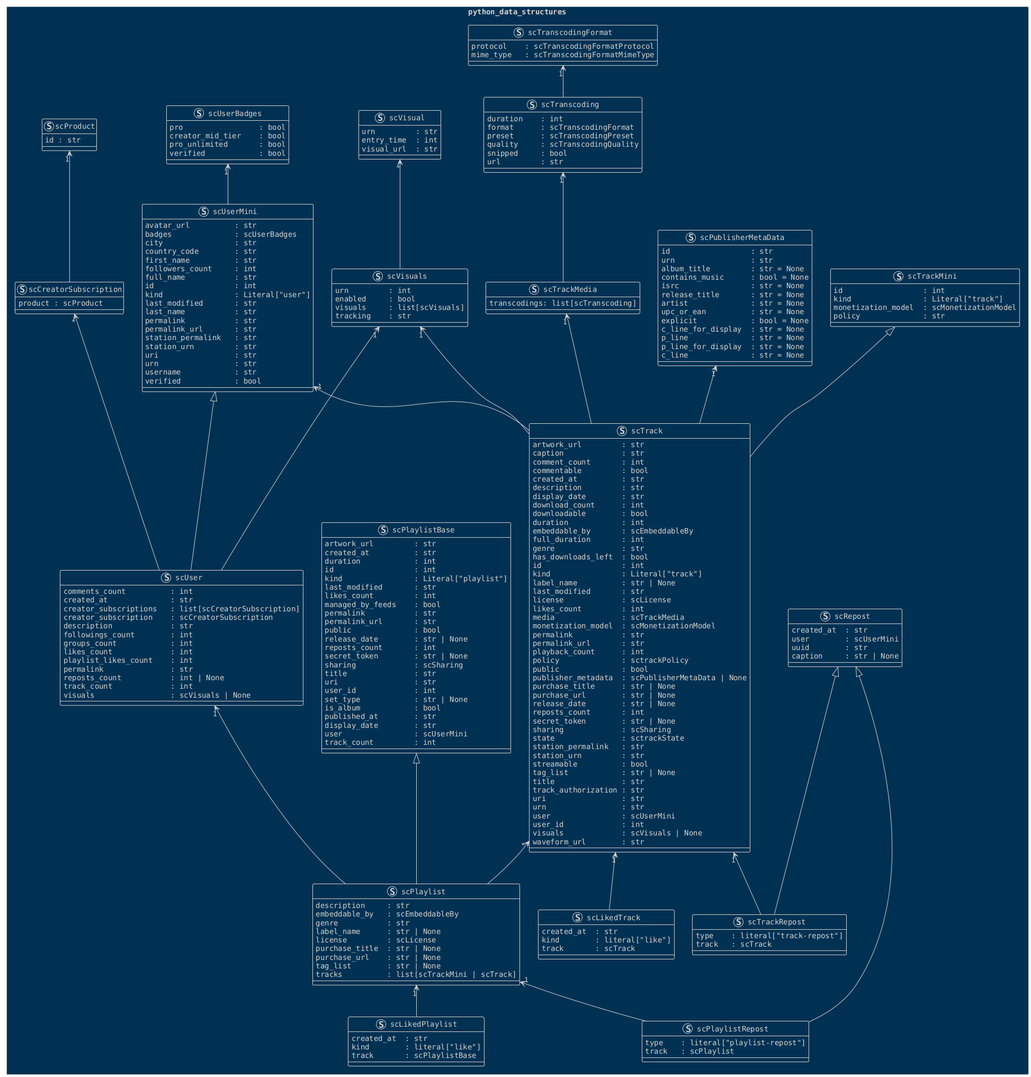
SStruye/soundcloud.py keeps this PlantUML diagram as docs/img/dataDiagram.png. Above is the earlier version. The source it was exported from:
```plantuml
@startuml
!theme blueprint
skinparam backgroundColor transparent
skinparam defaultFontName courier
package python_data_structures <<Rectangle>>{
    struct scUserBadges{
        pro                 : bool
        creator_mid_tier    : bool
        pro_unlimited       : bool
        verified            : bool
    }
    struct scProduct{
        id : str
    }
    struct scCreatorSubscription{
        product : scProduct
    }
    struct scVisual{
        urn         : str
        entry_time  : int
        visual_url  : str
    }
    struct scVisuals{
        urn         : int
        enabled     : bool
        visuals     : list[scVisuals]
        tracking    : str
    }
    struct scUserMini{
        avatar_url          : str
        badges              : scUserBadges
        city                : str
        country_code        : str
        first_name          : str
        followers_count     : int
        full_name           : str
        id                  : int
        kind                : Literal["user"]
        last_modified       : str
        last_name           : str
        permalink           : str
        permalink_url       : str
        station_permalink   : str
        station_urn         : str
        uri                 : str
        urn                 : str
        username            : str
        verified            : bool
    }
    struct scUser{
        comments_count          : int
        created_at              : str
        creator_subscriptions   : list[scCreatorSubscription]
        creator_subscription    : scCreatorSubscription
        description             : str
        followings_count        : int
        groups_count            : int
        likes_count             : int
        playlist_likes_count    : int
        permalink               : str
        reposts_count           : int | None
        track_count             : int
        visuals                 : scVisuals | None
    }
    struct scTranscodingFormat{
        protocol    : scTranscodingFormatProtocol
        mime_type   : scTranscodingFormatMimeType
    }
    struct scTranscoding{
        duration    : int
        format      : scTranscodingFormat
        preset      : scTranscodingPreset
        quality     : scTranscodingQuality
        snipped     : bool
        url         : str
    }
    struct scTrackMedia{
        transcodings: list[scTranscoding]
    }
    struct scPublisherMetaData{
        id                  : str
        urn                 : str
        album_title         : str = None
        contains_music      : bool = None
        isrc                : str = None
        release_title       : str = None
        artist              : str = None
        upc_or_ean          : str = None
        explicit            : bool = None
        c_line_for_display  : str = None
        p_line              : str = None
        p_line_for_display  : str = None
        c_line              : str = None
    }
    struct scTrackMini{
        id                  : int
        kind                : Literal["track"]
        monetization_model  : scMonetizationModel
        policy              : str
    }
    struct scTrack{
        artwork_url         : str
        caption             : str
        comment_count       : int
        commentable         : bool
        created_at          : str
        description         : str
        display_date        : str
        download_count      : int
        downloadable        : bool
        duration            : int
        embeddable_by       : scEmbeddableBy
        full_duration       : int
        genre               : str
        has_downloads_left  : bool
        id                  : int
        kind                : Literal["track"]
        label_name          : str | None
        last_modified       : str
        license             : scLicense
        likes_count         : int
        media               : scTrackMedia
        monetization_model  : scMonetizationModel
        permalink           : str
        permalink_url       : str
        playback_count      : int
        policy              : sctrackPolicy
        public              : bool
        publisher_metadata  : scPublisherMetaData | None
        purchase_title      : str | None
        purchase_url        : str | None
        release_date        : str | None
        reposts_count       : int
        secret_token        : str | None
        sharing             : scSharing
        state               : sctrackState
        station_permalink   : str
        station_urn         : str
        streamable          : bool
        tag_list            : str | None
        title               : str
        track_authorization : str
        uri                 : str
        urn                 : str
        user                : scUserMini
        user_id             : int
        visuals             : scVisuals | None
        waveform_url        : str
    }
    struct scPlaylistBase{
        artwork_url         : str
        created_at          : str
        duration            : int
        id                  : int
        kind                : Literal["playlist"]
        last_modified       : str
        likes_count         : int
        managed_by_feeds    : bool
        permalink           : str
        permalink_url       : str
        public              : bool
        release_date        : str | None
        reposts_count       : int
        secret_token        : str | None
        sharing             : scSharing
        title               : str
        uri                 : str
        user_id             : int
        set_type            : str | None
        is_album            : bool
        published_at        : str
        display_date        : str
        user                : scUserMini
        track_count         : int
    }
    struct scPlaylist{
        description     : str
        embeddable_by   : scEmbeddableBy
        genre           : str
        label_name      : str | None
        license         : scLicense
        purchase_title  : str | None
        purchase_url    : str | None
        tag_list        : str | None
        tracks          : list[scTrackMini | scTrack]
    }
    struct scLikedTrack{
        created_at  : str
        kind        : literal["like"]
        track       : scTrack
    }
    struct scLikedPlaylist{
        created_at  : str
        kind        : literal["like"]
        track       : scPlaylistBase
    }
    struct scRepost{
        created_at  : str
        user        : scUserMini
        uuid        : str
        caption     : str | None
    }
    struct scTrackRepost{
        type    : literal["track-repost"]
        track   : scTrack
    }
    struct scPlaylistRepost{
        type    : literal["playlist-repost"]
        track   : scPlaylist
    }

    scUserBadges    "1"<--  scUserMini
    scUserMini              <|--    scUser
    scCreatorSubscription   "*"<--  scUser
    scProduct               "1"<--  scCreatorSubscription
    scVisuals               "1"<--  scUser
    scVisual                "*"<--  scVisuals
    scUserMini          "1"<--  scTrack
    scTrackMini         <|--    scTrack
    scVisuals           "1"<--  scTrack
    scPublisherMetaData "1"<--  scTrack
    scTrackMedia        "1"<--  scTrack
    scTranscoding       "1"<--  scTrackMedia
    scTranscodingFormat "1"<--  scTranscoding
    scPlaylistBase  <|--    scPlaylist
    scUser          "1"<--  scPlaylist
    scTrack         "*"<--  scPlaylist
    scTrack     "1"<--  scLikedTrack
    scPlaylist  "1"<--  scLikedPlaylist
    scRepost    <|--    scTrackRepost
    scTrack     "1"<--  scTrackRepost
    scRepost    <|--    scPlaylistRepost
    scPlaylist  "1"<--  scPlaylistRepost
}
@enduml
```
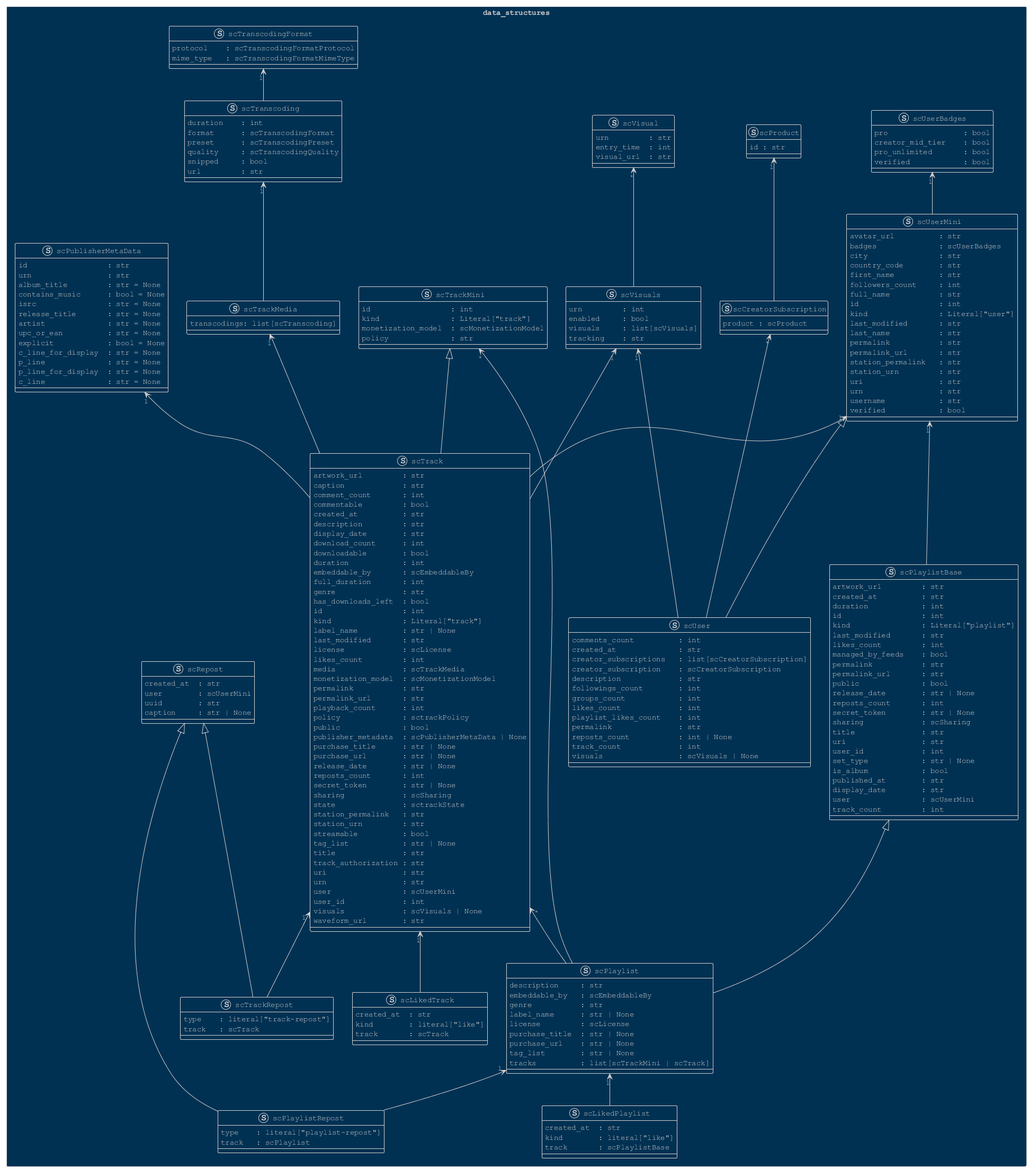
Above is the later version.

Change to the diagram source:
```diff
@@ -1,8 +1,9 @@
-@startuml
+@startuml dataDiagram
 !theme blueprint
 skinparam backgroundColor transparent
 skinparam defaultFontName courier
-package python_data_structures <<Rectangle>>{
+
+package data_structures <<Rectangle>>{
     struct scUserBadges{
         pro                 : bool
         creator_mid_tier    : bool
@@ -215,6 +216,7 @@
     scProduct               "1"<--  scCreatorSubscription
     scVisuals               "1"<--  scUser
     scVisual                "*"<--  scVisuals
+
     scUserMini          "1"<--  scTrack
     scTrackMini         <|--    scTrack
     scVisuals           "1"<--  scTrack
@@ -222,11 +224,15 @@
     scTrackMedia        "1"<--  scTrack
     scTranscoding       "1"<--  scTrackMedia
     scTranscodingFormat "1"<--  scTranscoding
+
+    scUserMini      "1"<--  scPlaylistBase
     scPlaylistBase  <|--    scPlaylist
-    scUser          "1"<--  scPlaylist
+    scTrackMini     "*"<--  scPlaylist
     scTrack         "*"<--  scPlaylist
+
     scTrack     "1"<--  scLikedTrack
     scPlaylist  "1"<--  scLikedPlaylist
+
     scRepost    <|--    scTrackRepost
     scTrack     "1"<--  scTrackRepost
     scRepost    <|--    scPlaylistRepost
```
